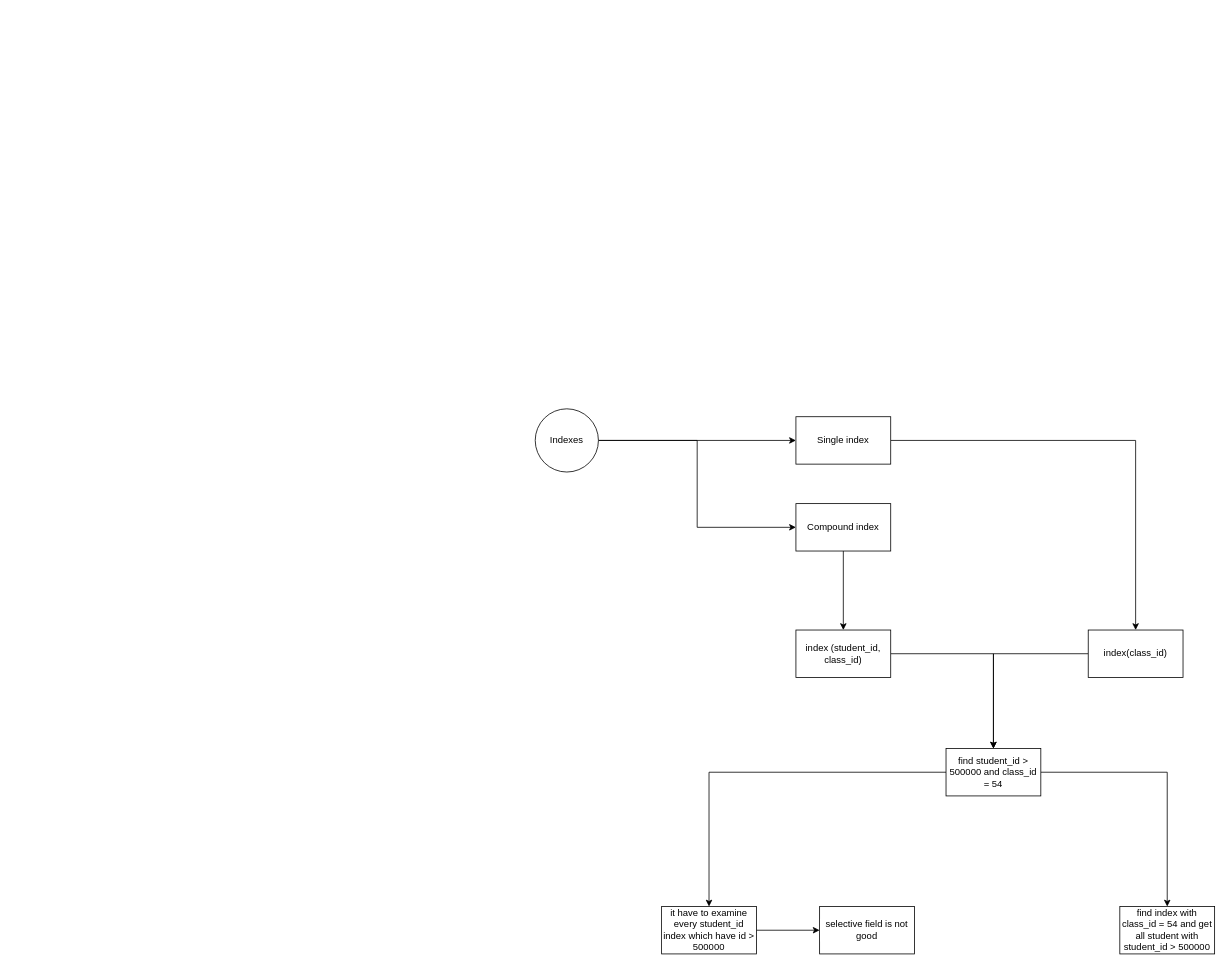
Above: indexes.drawio in hoanglechanhtu/mongo (draw.io), before the change. Source tidied: cells renumbered, new cells numbered last; positions are measured from the earlier drawing's top-left corner, leaving out a move shared by most shapes. Both pictures are drawn from the tidied source at 79%, with x=0, y=0 at pixel (535, 408).
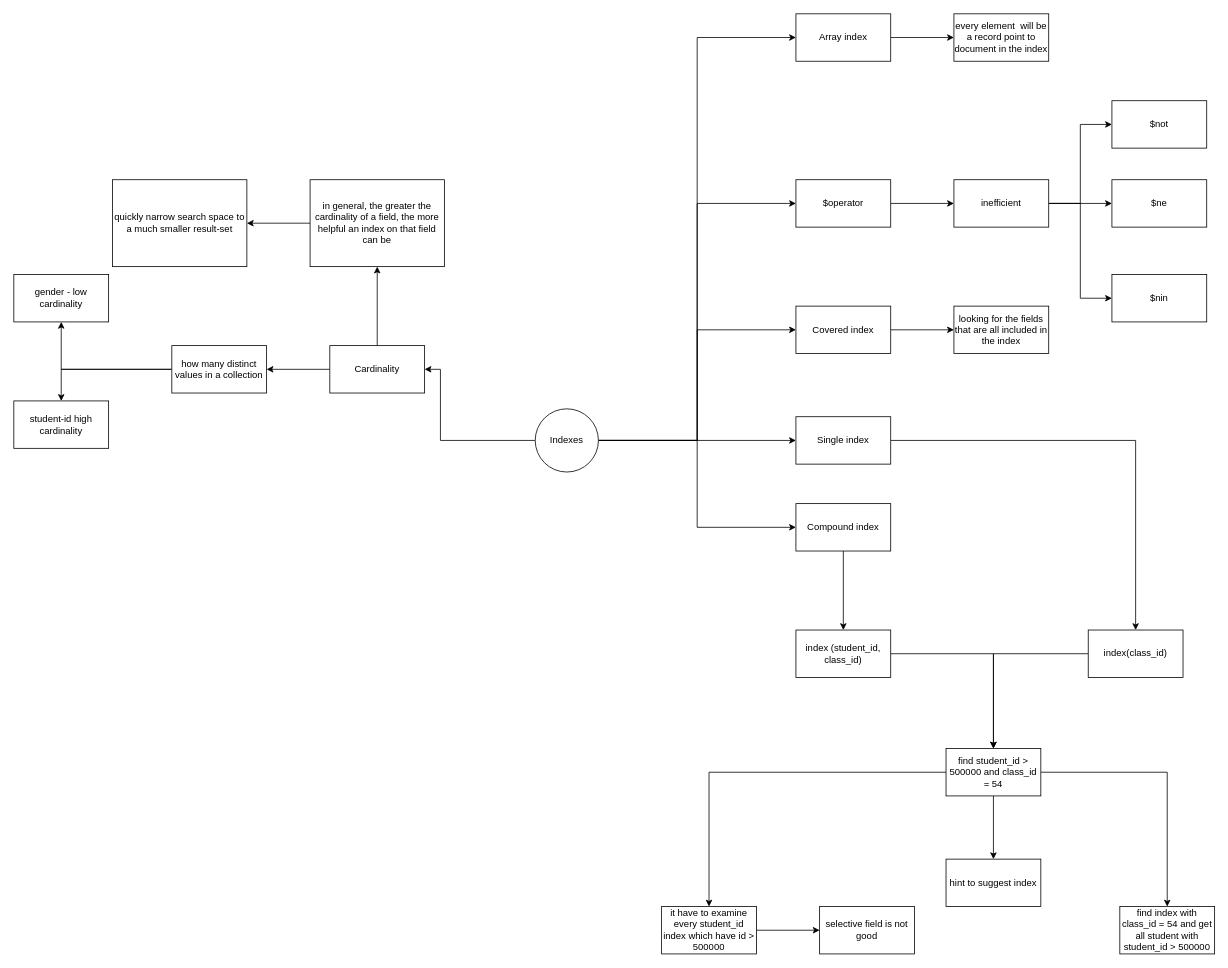
Above is the later version.

The change refers to these unchanged cells:
```xml
<mxCell id="6" value="Indexes" style="ellipse;whiteSpace=wrap;html=1;fillColor=default;strokeColor=default;fontColor=default;" parent="1" vertex="1">
  <mxGeometry width="80" height="80" as="geometry" />
</mxCell>
<mxCell id="13" value="find student_id &amp;gt; 500000 and class_id = 54" style="rounded=0;whiteSpace=wrap;html=1;fillColor=default;strokeColor=default;fontColor=default;" parent="1" vertex="1">
  <mxGeometry x="520" y="430" width="120" height="60" as="geometry" />
</mxCell>
```

Diff of the diagram source:
```diff
@@
+    <mxCell id="20" style="edgeStyle=orthogonalEdgeStyle;rounded=0;jettySize=auto;html=1;entryX=0;entryY=0.5;entryDx=0;entryDy=0;labelBackgroundColor=default;fontColor=default;strokeColor=default;" parent="1" edge="1" source="6" target="27">
+      <mxGeometry relative="1" as="geometry" />
+    </mxCell>
+    <mxCell id="21" style="edgeStyle=orthogonalEdgeStyle;rounded=0;jettySize=auto;html=1;entryX=0;entryY=0.5;entryDx=0;entryDy=0;labelBackgroundColor=default;fontColor=default;strokeColor=default;" parent="1" edge="1" source="6" target="30">
+      <mxGeometry relative="1" as="geometry" />
+    </mxCell>
+    <mxCell id="22" style="edgeStyle=orthogonalEdgeStyle;rounded=0;jettySize=auto;html=1;entryX=0;entryY=0.5;entryDx=0;entryDy=0;labelBackgroundColor=default;fontColor=default;strokeColor=default;" parent="1" edge="1" source="6" target="39">
+      <mxGeometry relative="1" as="geometry" />
+    </mxCell>
+    <mxCell id="23" style="edgeStyle=orthogonalEdgeStyle;rounded=0;jettySize=auto;html=1;labelBackgroundColor=default;fontColor=default;strokeColor=default;" parent="1" edge="1" source="6" target="43">
+      <mxGeometry relative="1" as="geometry">
+        <Array as="points">
+          <mxPoint x="-120" y="40" />
+          <mxPoint x="-120" y="-50" />
+        </Array>
+      </mxGeometry>
+    </mxCell>
@@
+    <mxCell id="24" style="edgeStyle=orthogonalEdgeStyle;rounded=0;jettySize=auto;html=1;labelBackgroundColor=default;fontColor=default;strokeColor=default;" parent="1" edge="1" source="13" target="25">
+      <mxGeometry relative="1" as="geometry" />
+    </mxCell>
@@
+    <mxCell id="25" value="hint to suggest index" style="rounded=0;whiteSpace=wrap;html=1;fillColor=default;strokeColor=default;fontColor=default;" parent="1" vertex="1">
+      <mxGeometry x="520" y="570" width="120" height="60" as="geometry" />
+    </mxCell>
+    <mxCell id="26" style="edgeStyle=orthogonalEdgeStyle;rounded=0;jettySize=auto;html=1;labelBackgroundColor=default;fontColor=default;strokeColor=default;" parent="1" edge="1" source="27" target="28">
+      <mxGeometry relative="1" as="geometry" />
+    </mxCell>
+    <mxCell id="27" value="Covered index" style="rounded=0;whiteSpace=wrap;html=1;fillColor=default;strokeColor=default;fontColor=default;" parent="1" vertex="1">
+      <mxGeometry x="330" y="-130" width="120" height="60" as="geometry" />
+    </mxCell>
+    <mxCell id="28" value="looking for the fields that are all included in the index" style="rounded=0;whiteSpace=wrap;html=1;fillColor=default;strokeColor=default;fontColor=default;" parent="1" vertex="1">
+      <mxGeometry x="530" y="-130" width="120" height="60" as="geometry" />
+    </mxCell>
+    <mxCell id="29" style="edgeStyle=orthogonalEdgeStyle;rounded=0;jettySize=auto;html=1;labelBackgroundColor=default;fontColor=default;strokeColor=default;" parent="1" edge="1" source="30" target="34">
+      <mxGeometry relative="1" as="geometry" />
+    </mxCell>
+    <mxCell id="30" value="$operator" style="rounded=0;whiteSpace=wrap;html=1;fillColor=default;strokeColor=default;fontColor=default;" parent="1" vertex="1">
+      <mxGeometry x="330" y="-290" width="120" height="60" as="geometry" />
+    </mxCell>
+    <mxCell id="31" style="edgeStyle=orthogonalEdgeStyle;rounded=0;jettySize=auto;html=1;labelBackgroundColor=default;fontColor=default;strokeColor=default;" parent="1" edge="1" source="34" target="35">
+      <mxGeometry relative="1" as="geometry" />
+    </mxCell>
+    <mxCell id="32" style="edgeStyle=orthogonalEdgeStyle;rounded=0;jettySize=auto;html=1;entryX=0;entryY=0.5;entryDx=0;entryDy=0;labelBackgroundColor=default;fontColor=default;strokeColor=default;" parent="1" edge="1" source="34" target="36">
+      <mxGeometry relative="1" as="geometry" />
+    </mxCell>
+    <mxCell id="33" style="edgeStyle=orthogonalEdgeStyle;rounded=0;jettySize=auto;html=1;entryX=0;entryY=0.5;entryDx=0;entryDy=0;labelBackgroundColor=default;fontColor=default;strokeColor=default;" parent="1" edge="1" source="34" target="37">
+      <mxGeometry relative="1" as="geometry" />
+    </mxCell>
+    <mxCell id="34" value="inefficient" style="rounded=0;whiteSpace=wrap;html=1;fillColor=default;strokeColor=default;fontColor=default;" parent="1" vertex="1">
+      <mxGeometry x="530" y="-290" width="120" height="60" as="geometry" />
+    </mxCell>
+    <mxCell id="35" value="$ne" style="rounded=0;whiteSpace=wrap;html=1;fillColor=default;strokeColor=default;fontColor=default;" parent="1" vertex="1">
+      <mxGeometry x="730" y="-290" width="120" height="60" as="geometry" />
+    </mxCell>
+    <mxCell id="36" value="$not" style="rounded=0;whiteSpace=wrap;html=1;fillColor=default;strokeColor=default;fontColor=default;" parent="1" vertex="1">
+      <mxGeometry x="730" y="-390" width="120" height="60" as="geometry" />
+    </mxCell>
+    <mxCell id="37" value="$nin" style="rounded=0;whiteSpace=wrap;html=1;fillColor=default;strokeColor=default;fontColor=default;" parent="1" vertex="1">
+      <mxGeometry x="730" y="-170" width="120" height="60" as="geometry" />
+    </mxCell>
+    <mxCell id="38" style="edgeStyle=orthogonalEdgeStyle;rounded=0;jettySize=auto;html=1;labelBackgroundColor=default;fontColor=default;strokeColor=default;" parent="1" edge="1" source="39" target="40">
+      <mxGeometry relative="1" as="geometry" />
+    </mxCell>
+    <mxCell id="39" value="Array index" style="rounded=0;whiteSpace=wrap;html=1;fillColor=default;strokeColor=default;fontColor=default;" parent="1" vertex="1">
+      <mxGeometry x="330" y="-500" width="120" height="60" as="geometry" />
+    </mxCell>
+    <mxCell id="40" value="every element&amp;nbsp; will be a record point to document in the index" style="rounded=0;whiteSpace=wrap;html=1;fillColor=default;strokeColor=default;fontColor=default;" parent="1" vertex="1">
+      <mxGeometry x="530" y="-500" width="120" height="60" as="geometry" />
+    </mxCell>
+    <mxCell id="41" style="edgeStyle=orthogonalEdgeStyle;rounded=0;jettySize=auto;html=1;labelBackgroundColor=default;fontColor=default;strokeColor=default;" parent="1" edge="1" source="43" target="46">
+      <mxGeometry relative="1" as="geometry" />
+    </mxCell>
+    <mxCell id="42" style="edgeStyle=orthogonalEdgeStyle;rounded=0;jettySize=auto;html=1;labelBackgroundColor=default;fontColor=default;strokeColor=default;" parent="1" edge="1" source="43" target="50">
+      <mxGeometry relative="1" as="geometry" />
+    </mxCell>
+    <mxCell id="43" value="Cardinality" style="whiteSpace=wrap;html=1;fillColor=default;strokeColor=default;fontColor=default;" parent="1" vertex="1">
+      <mxGeometry x="-260" y="-80" width="120" height="60" as="geometry" />
+    </mxCell>
+    <mxCell id="44" style="edgeStyle=orthogonalEdgeStyle;rounded=0;jettySize=auto;html=1;labelBackgroundColor=default;fontColor=default;strokeColor=default;" parent="1" edge="1" source="46" target="47">
+      <mxGeometry relative="1" as="geometry" />
+    </mxCell>
+    <mxCell id="45" style="edgeStyle=orthogonalEdgeStyle;rounded=0;jettySize=auto;html=1;entryX=0.5;entryY=0;entryDx=0;entryDy=0;labelBackgroundColor=default;fontColor=default;strokeColor=default;" parent="1" edge="1" source="46" target="48">
+      <mxGeometry relative="1" as="geometry" />
+    </mxCell>
+    <mxCell id="46" value="how many distinct values in a collection" style="whiteSpace=wrap;html=1;fillColor=default;strokeColor=default;fontColor=default;" parent="1" vertex="1">
+      <mxGeometry x="-460" y="-80" width="120" height="60" as="geometry" />
+    </mxCell>
+    <mxCell id="47" value="gender - low cardinality" style="whiteSpace=wrap;html=1;fillColor=default;strokeColor=default;fontColor=default;" parent="1" vertex="1">
+      <mxGeometry x="-660" y="-170" width="120" height="60" as="geometry" />
+    </mxCell>
+    <mxCell id="48" value="student-id high cardinality" style="whiteSpace=wrap;html=1;fillColor=default;strokeColor=default;fontColor=default;" parent="1" vertex="1">
+      <mxGeometry x="-660" y="-10" width="120" height="60" as="geometry" />
+    </mxCell>
+    <mxCell id="49" style="edgeStyle=orthogonalEdgeStyle;rounded=0;jettySize=auto;html=1;labelBackgroundColor=default;fontColor=default;strokeColor=default;" parent="1" edge="1" source="50" target="51">
+      <mxGeometry relative="1" as="geometry" />
+    </mxCell>
+    <mxCell id="50" value="in general, the greater the cardinality of a field, the more helpful an index on that field can be" style="whiteSpace=wrap;html=1;fillColor=default;strokeColor=default;fontColor=default;" parent="1" vertex="1">
+      <mxGeometry x="-285" y="-290" width="170" height="110" as="geometry" />
+    </mxCell>
+    <mxCell id="51" value="quickly narrow search space to a much smaller result-set" style="whiteSpace=wrap;html=1;fillColor=default;strokeColor=default;fontColor=default;" parent="1" vertex="1">
+      <mxGeometry x="-535" y="-290" width="170" height="110" as="geometry" />
+    </mxCell>
```
